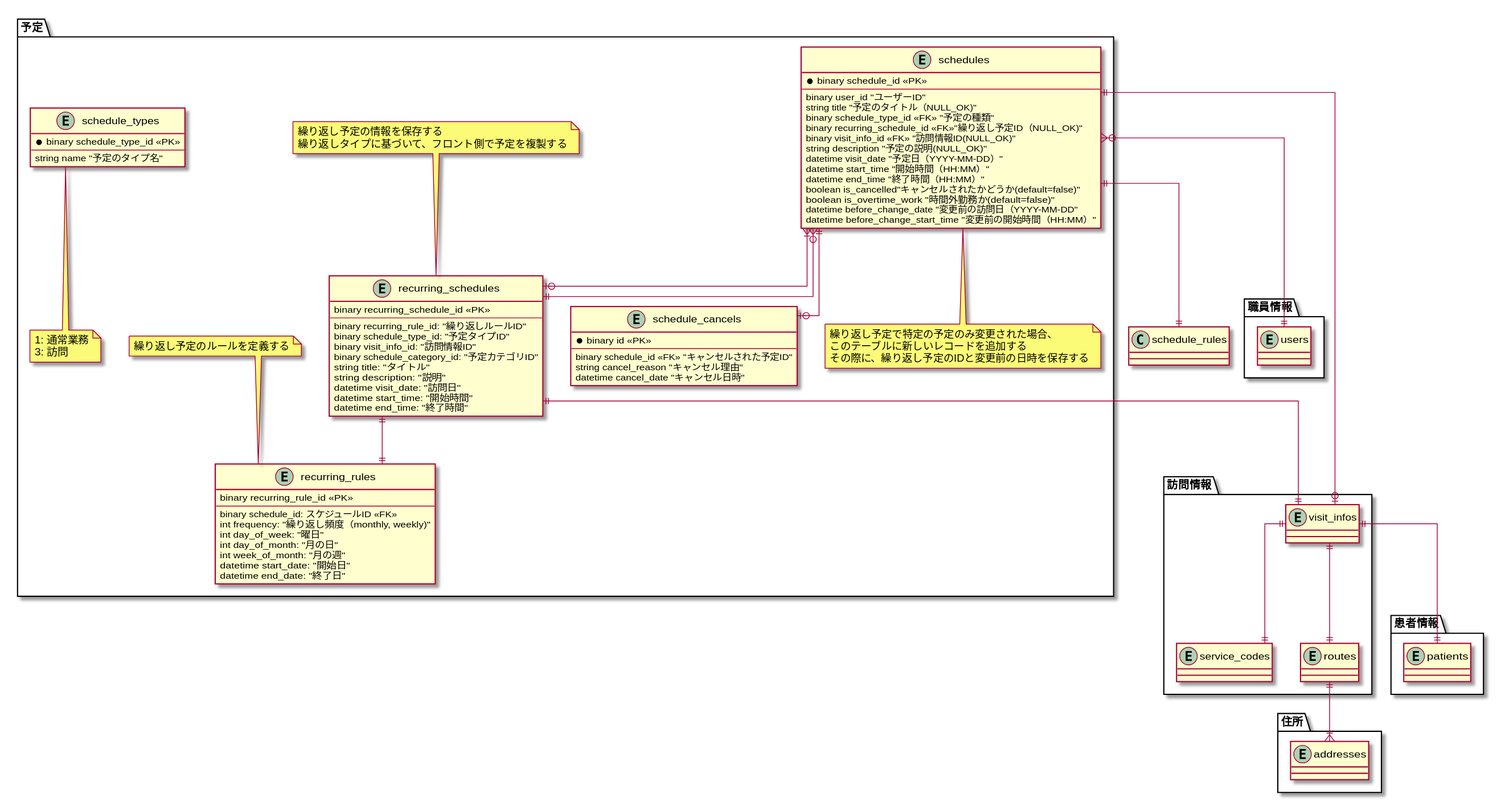
Before: src/diagrams-svg/ER/tables/schedules.svg, a diagram exported from PlantUML (Fukuemon/buddy_design_docs).
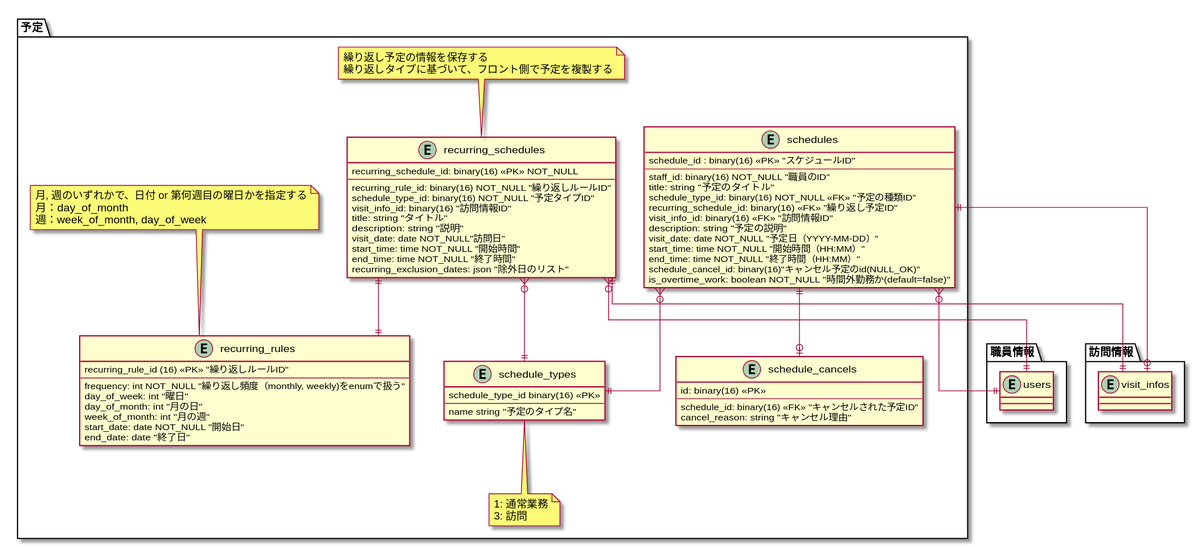
After the commit.

Change to the diagram source:
```diff
@@ -3,33 +3,25 @@
 
 package 予定 {
   entity schedules {
-    * binary schedule_id <<PK>>
+    schedule_id : binary(16) <<PK>> "スケジュールID"
     --
-    binary user_id "ユーザーID"
-    string title "予定のタイトル（NULL_OK)"
-    binary schedule_type_id <<FK>> "予定の種類"
-    binary recurring_schedule_id <<FK>>"繰り返し予定ID（NULL_OK)"
-    binary visit_info_id <<FK>> "訪問情報ID(NULL_OK)"
-    string description "予定の説明(NULL_OK)"
-    datetime visit_date "予定日（YYYY-MM-DD）"
-    datetime start_time "開始時間（HH:MM）"
-    datetime end_time "終了時間（HH:MM）"
-    boolean is_cancelled"キャンセルされたかどうか(default=false)"
-    boolean is_overtime_work "時間外勤務か(default=false)"
-    datetime before_change_date "変更前の訪問日（YYYY-MM-DD"
-    datetime before_change_start_time "変更前の開始時間（HH:MM）"
+    staff_id: binary(16) NOT_NULL "職員のID"
+    title: string  "予定のタイトル"
+    schedule_type_id: binary(16) NOT_NULL <<FK>> "予定の種類ID"
+    recurring_schedule_id: binary(16) <<FK>> "繰り返し予定ID"
+    visit_info_id: binary(16) <<FK>> "訪問情報ID"
+    description: string "予定の説明"
+    visit_date: date NOT_NULL "予定日（YYYY-MM-DD）"
+    start_time: time NOT_NULL "開始時間（HH:MM）"
+    end_time: time NOT_NULL "終了時間（HH:MM）"
+    schedule_cancel_id: binary(16)"キャンセル予定のid(NULL_OK)"
+    is_overtime_work: boolean NOT_NULL "時間外勤務か(default=false)"
   }
 
-  note bottom of schedules
-    繰り返し予定で特定の予定のみ変更された場合、
-    このテーブルに新しいレコードを追加する
-    その際に、繰り返し予定のIDと変更前の日時を保存する
-  end note
-
   entity schedule_types {
-    * binary schedule_type_id <<PK>>
+    schedule_type_id binary(16) <<PK>>
     --
-    string name "予定のタイプ名"
+    name string "予定のタイプ名"
   }
 
   note bottom of schedule_types
@@ -38,40 +30,40 @@
   end note
 
   entity schedule_cancels {
-    * binary id <<PK>>
+    id: binary(16) <<PK>>
     --
-    binary schedule_id <<FK>> "キャンセルされた予定ID"
-    string cancel_reason "キャンセル理由"
-    datetime cancel_date "キャンセル日時"
+    schedule_id: binary(16) <<FK>> "キャンセルされた予定ID"
+    cancel_reason: string "キャンセル理由"
   }
 
   entity recurring_rules {
-    binary recurring_rule_id <<PK>>
+    recurring_rule_id (16) <<PK>> "繰り返しルールID"
     --
-    binary schedule_id: スケジュールID <<FK>>
-    int frequency: "繰り返し頻度（monthly, weekly)"
-    int day_of_week: "曜日"
-    int day_of_month: "月の日"
-    int week_of_month: "月の週"
-    datetime start_date: "開始日"
-    datetime end_date: "終了日"
+    frequency: int NOT_NULL "繰り返し頻度（monthly, weekly)をenumで扱う"
+    day_of_week: int "曜日"
+    day_of_month: int "月の日"
+    week_of_month: int "月の週"
+    start_date: date NOT_NULL "開始日"
+    end_date: date "終了日"
   }
   note top of recurring_rules
-  繰り返し予定のルールを定義する
+  月, 週のいずれかで、日付 or 第何週目の曜日かを指定する
+  月：day_of_month
+  週：week_of_month, day_of_week
   end note
 
   entity recurring_schedules {
-    binary recurring_schedule_id <<PK>>
+    recurring_schedule_id: binary(16) <<PK>> NOT_NULL
     --
-    binary recurring_rule_id: "繰り返しルールID"
-    binary schedule_type_id: "予定タイプID"
-    binary visit_info_id: "訪問情報ID"
-    binary schedule_category_id: "予定カテゴリID"
-    string title: "タイトル"
-    string description: "説明"
-    datetime visit_date: "訪問日"
-    datetime start_time: "開始時間"
-    datetime end_time: "終了時間"
+    recurring_rule_id: binary(16) NOT_NULL "繰り返しルールID"
+    schedule_type_id: binary(16) NOT_NULL "予定タイプID"
+    visit_info_id: binary(16) "訪問情報ID"
+    title: string "タイトル"
+    description: string "説明"
+    visit_date: date NOT_NULL"訪問日"
+    start_time: time NOT_NULL "開始時間"
+    end_time: time NOT_NULL "終了時間"
+    recurring_exclusion_dates: json "除外日のリスト"
   }
   note top of recurring_schedules
     繰り返し予定の情報を保存する
@@ -79,40 +71,25 @@
   end note
 }
 
-package 住所 {
-  entity addresses
-}
 
 package 職員情報 {
   entity users {
   }
 }
 
-package 患者情報 {
-  entity patients {
-  }
-}
-
 package 訪問情報 {
   entity visit_infos {
   }
-  entity service_codes {
-  }
-  entity routes {
-  }
+
 }
 
 schedules }o--|| users
+schedules }o--|| schedule_types
 schedules ||--o| schedule_cancels
-schedules ||--|| schedule_rules
-schedules }|--o| recurring_schedules
 schedules ||--o| visit_infos
-recurring_schedules ||--o{ schedules
+recurring_schedules }o--|| users
+recurring_schedules }o--|| schedule_types
 recurring_schedules ||--|| recurring_rules
 recurring_schedules ||--|| visit_infos
-visit_infos ||--|| service_codes
-visit_infos ||--|| patients
-visit_infos ||--|| routes
-routes ||--|{ addresses
 
 @enduml
```
